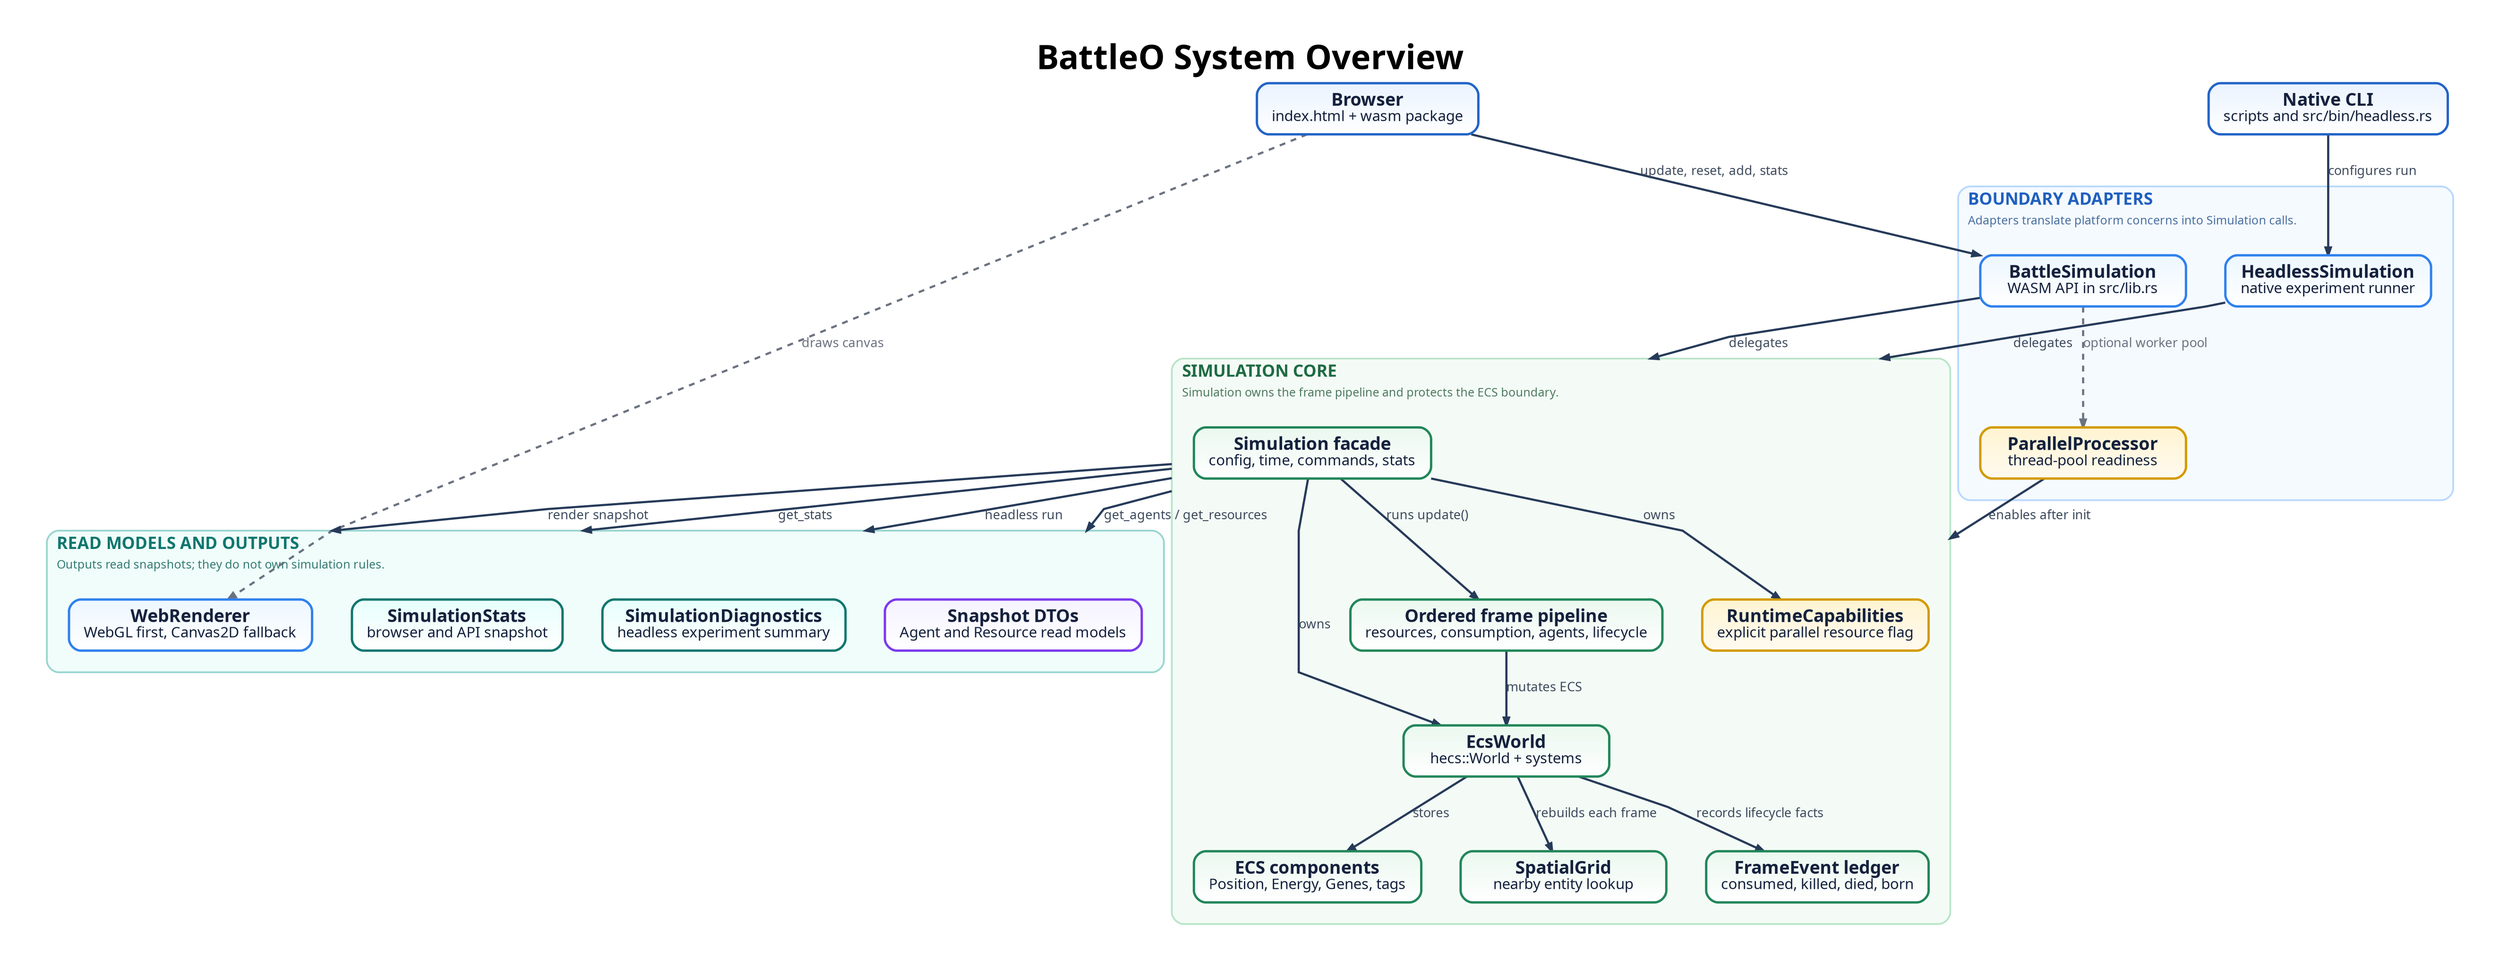
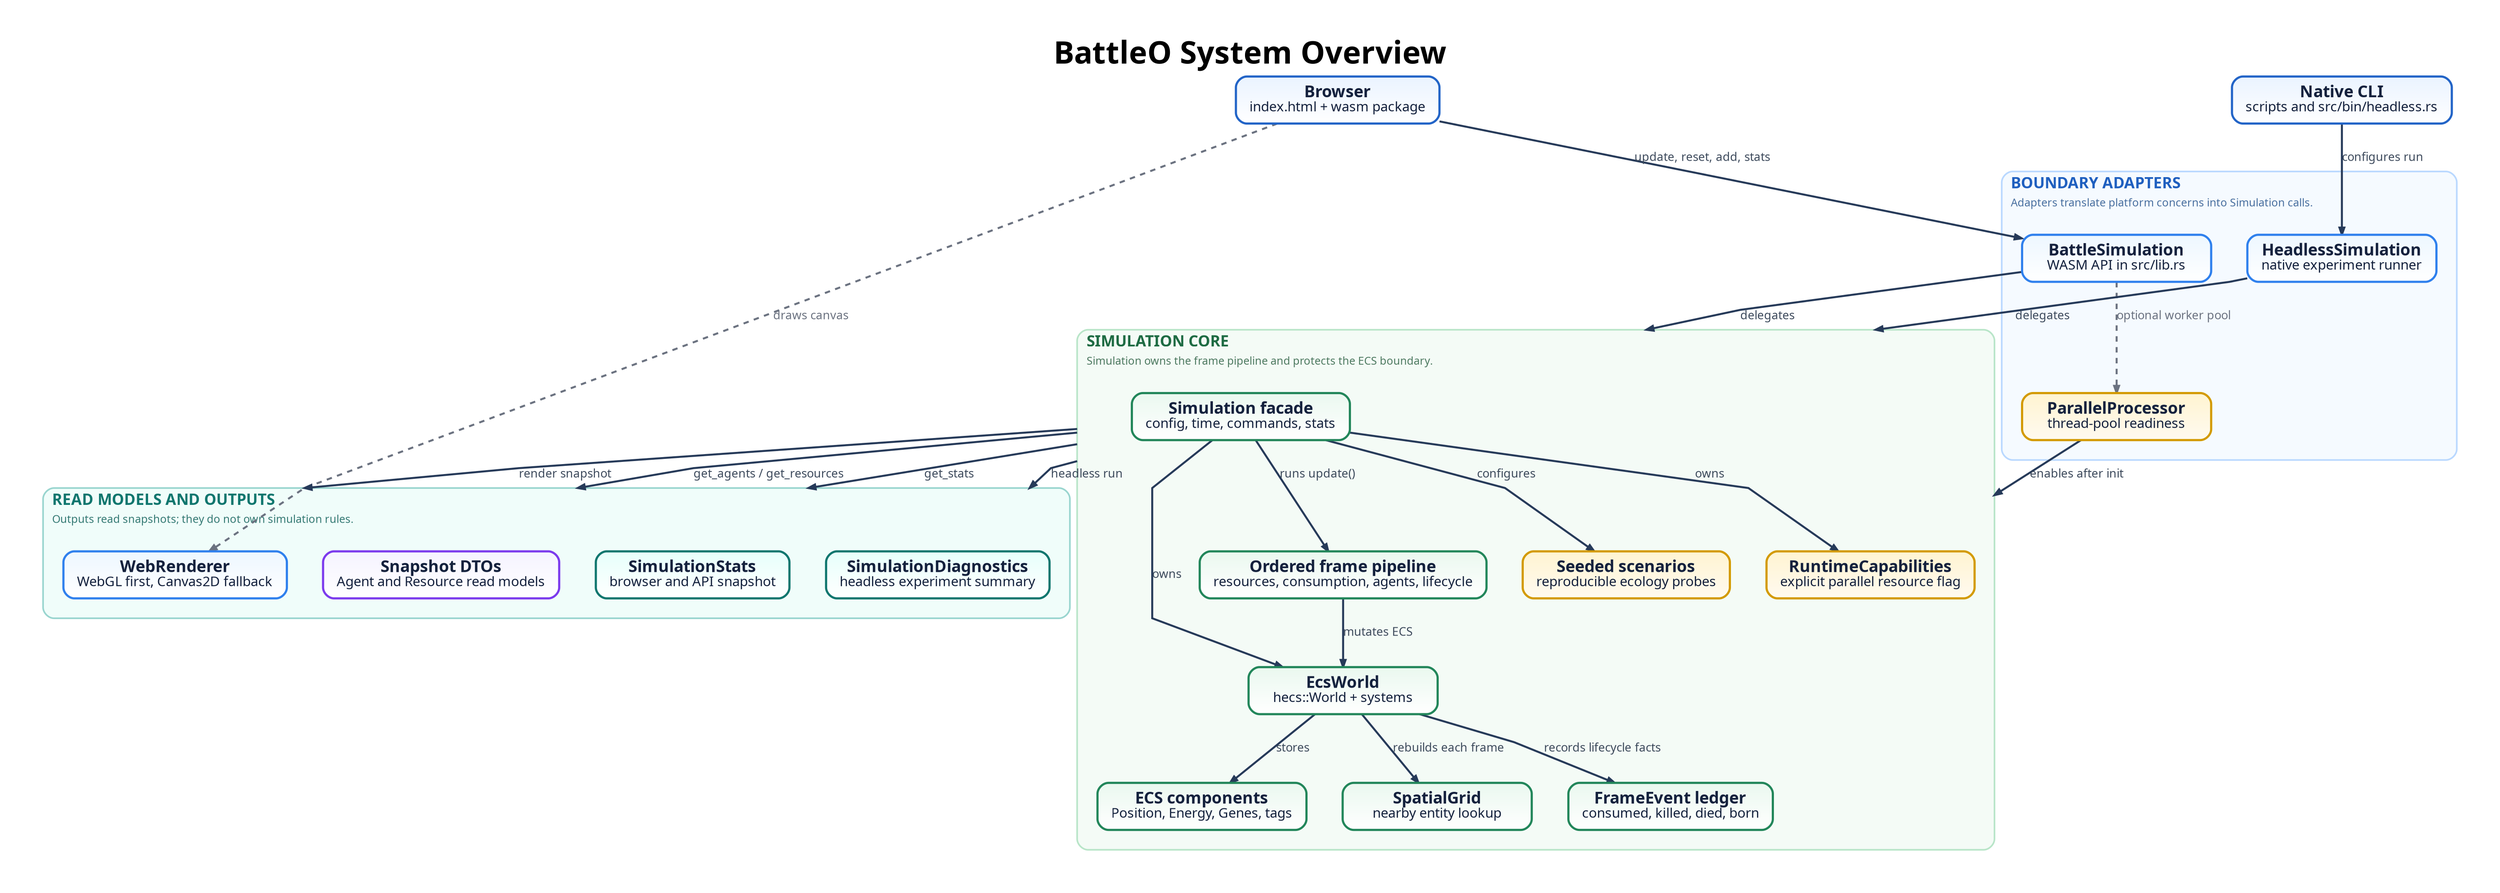
digraph BattleOSystemOverview {
  graph [
    rankdir=TB,
    bgcolor="#ffffff",
    pad="0.55",
    nodesep="0.55",
    ranksep="0.85",
    splines=polyline,
    outputorder=edgesfirst,
    compound=true,
    newrank=true,
    forcelabels=true,
    fontname="Avenir",
    label=<
      <TABLE BORDER="0" CELLBORDER="0" CELLSPACING="0" CELLPADDING="0">
        <TR><TD><FONT POINT-SIZE="34"><B>BattleO System Overview</B></FONT></TD></TR>
      </TABLE>
    >,
    labelloc=t,
    labeljust=c
  ];

  node [
    shape=box,
    style="rounded,filled",
    margin="0.21,0.13",
    width=2.90,
    height=0.72,
    fixedsize=false,
    fontname="Avenir",
    fontsize=18,
    penwidth=2.4,
    fontcolor="#14213d",
    color="#2264c7",
    fillcolor="#eaf3ff:#ffffff",
    gradientangle=270
  ];

  edge [
    color="#263a59",
    fontname="Avenir",
    fontsize=13,
    fontcolor="#3d4a5c",
    penwidth=2.2,
    arrowsize=0.78
  ];

  browser [label=<<B>Browser</B><BR/><FONT POINT-SIZE="15">index.html + wasm package</FONT>>];
  cli [label=<<B>Native CLI</B><BR/><FONT POINT-SIZE="15">scripts and src/bin/headless.rs</FONT>>];

  subgraph cluster_adapters {
    graph [
      label=<
        <TABLE BORDER="0" CELLBORDER="0" CELLSPACING="0" CELLPADDING="2">
          <TR><TD ALIGN="LEFT"><FONT POINT-SIZE="17" COLOR="#1f5fbf"><B>BOUNDARY ADAPTERS</B></FONT></TD></TR>
          <TR><TD ALIGN="LEFT"><FONT POINT-SIZE="12" COLOR="#496f9f">Adapters translate platform concerns into Simulation calls.</FONT></TD></TR>
        </TABLE>
      >,
      labelloc=t,
      labeljust=l,
      color="#b9d8ff",
      fillcolor="#f5faff",
      style="rounded,filled",
      penwidth=1.8,
      margin=22
    ];

    wasm_adapter [label=<<B>BattleSimulation</B><BR/><FONT POINT-SIZE="15">WASM API in src/lib.rs</FONT>>, fillcolor="#edf7ff:#ffffff", color="#2f80ed"];
    parallel_adapter [label=<<B>ParallelProcessor</B><BR/><FONT POINT-SIZE="15">thread-pool readiness</FONT>>, fillcolor="#fff4d1:#fffaf0", color="#d39a00"];
    headless_adapter [label=<<B>HeadlessSimulation</B><BR/><FONT POINT-SIZE="15">native experiment runner</FONT>>, fillcolor="#edf7ff:#ffffff", color="#2f80ed"];

    wasm_adapter -> parallel_adapter [label="optional worker pool", style=dashed, color="#6b7280", fontcolor="#6b7280"];
  }

  subgraph cluster_core {
    graph [
      label=<
        <TABLE BORDER="0" CELLBORDER="0" CELLSPACING="0" CELLPADDING="2">
          <TR><TD ALIGN="LEFT"><FONT POINT-SIZE="17" COLOR="#1e6b43"><B>SIMULATION CORE</B></FONT></TD></TR>
          <TR><TD ALIGN="LEFT"><FONT POINT-SIZE="12" COLOR="#4e7a61">Simulation owns the frame pipeline and protects the ECS boundary.</FONT></TD></TR>
        </TABLE>
      >,
      labelloc=t,
      labeljust=l,
      color="#b8e5c8",
      fillcolor="#f4fbf6",
      style="rounded,filled",
      penwidth=1.8,
      margin=22
    ];

    simulation [label=<<B>Simulation facade</B><BR/><FONT POINT-SIZE="15">config, time, commands, stats</FONT>>, fillcolor="#eaf8ef:#ffffff", color="#22865a"];
+     seeded_scenarios [label=<<B>Seeded scenarios</B><BR/><FONT POINT-SIZE="15">reproducible ecology probes</FONT>>, fillcolor="#fff4d1:#fffaf0", color="#d39a00"];
    capabilities [label=<<B>RuntimeCapabilities</B><BR/><FONT POINT-SIZE="15">explicit parallel resource flag</FONT>>, fillcolor="#fff4d1:#fffaf0", color="#d39a00"];
    world [label=<<B>EcsWorld</B><BR/><FONT POINT-SIZE="15">hecs::World + systems</FONT>>, fillcolor="#eaf8ef:#ffffff", color="#22865a"];
    components [label=<<B>ECS components</B><BR/><FONT POINT-SIZE="15">Position, Energy, Genes, tags</FONT>>, fillcolor="#eaf8ef:#ffffff", color="#22865a"];
    spatial_grid [label=<<B>SpatialGrid</B><BR/><FONT POINT-SIZE="15">nearby entity lookup</FONT>>, fillcolor="#eaf8ef:#ffffff", color="#22865a"];
    events [label=<<B>FrameEvent ledger</B><BR/><FONT POINT-SIZE="15">consumed, killed, died, born</FONT>>, fillcolor="#eaf8ef:#ffffff", color="#22865a"];
    frame_pipeline [label=<<B>Ordered frame pipeline</B><BR/><FONT POINT-SIZE="15">resources, consumption, agents, lifecycle</FONT>>, fillcolor="#eaf8ef:#ffffff", color="#22865a"];

    simulation -> world [label="owns"];
+     simulation -> seeded_scenarios [label="configures"];
    simulation -> capabilities [label="owns"];
    world -> components [label="stores"];
    world -> spatial_grid [label="rebuilds each frame"];
    world -> events [label="records lifecycle facts"];
    simulation -> frame_pipeline [label="runs update()"];
    frame_pipeline -> world [label="mutates ECS"];
  }

  subgraph cluster_outputs {
    graph [
      label=<
        <TABLE BORDER="0" CELLBORDER="0" CELLSPACING="0" CELLPADDING="2">
          <TR><TD ALIGN="LEFT"><FONT POINT-SIZE="17" COLOR="#0f766e"><B>READ MODELS AND OUTPUTS</B></FONT></TD></TR>
          <TR><TD ALIGN="LEFT"><FONT POINT-SIZE="12" COLOR="#357a74">Outputs read snapshots; they do not own simulation rules.</FONT></TD></TR>
        </TABLE>
      >,
      labelloc=t,
      labeljust=l,
      color="#99d5cf",
      fillcolor="#f0fdfa",
      style="rounded,filled",
      penwidth=1.8,
      margin=22
    ];

    renderer [label=<<B>WebRenderer</B><BR/><FONT POINT-SIZE="15">WebGL first, Canvas2D fallback</FONT>>, fillcolor="#edf7ff:#ffffff", color="#2f80ed"];
    stats [label=<<B>SimulationStats</B><BR/><FONT POINT-SIZE="15">browser and API snapshot</FONT>>, fillcolor="#e6fffb:#ffffff", color="#0f766e"];
    diagnostics [label=<<B>SimulationDiagnostics</B><BR/><FONT POINT-SIZE="15">headless experiment summary</FONT>>, fillcolor="#e6fffb:#ffffff", color="#0f766e"];
    dto [label=<<B>Snapshot DTOs</B><BR/><FONT POINT-SIZE="15">Agent and Resource read models</FONT>>, fillcolor="#f5f3ff:#ffffff", color="#7c3aed"];
  }

  browser -> wasm_adapter [label="update, reset, add, stats"];
  browser -> renderer [label="draws canvas", style=dashed, color="#6b7280", fontcolor="#6b7280"];
  cli -> headless_adapter [label="configures run"];

  wasm_adapter -> simulation [lhead=cluster_core, label="delegates"];
  headless_adapter -> simulation [lhead=cluster_core, label="delegates"];
  parallel_adapter -> capabilities [lhead=cluster_core, label="enables after init"];

  simulation -> renderer [ltail=cluster_core, lhead=cluster_outputs, label="render snapshot"];
  simulation -> stats [ltail=cluster_core, lhead=cluster_outputs, label="get_stats"];
  simulation -> diagnostics [ltail=cluster_core, lhead=cluster_outputs, label="headless run"];
  simulation -> dto [ltail=cluster_core, lhead=cluster_outputs, label="get_agents / get_resources"];
}
